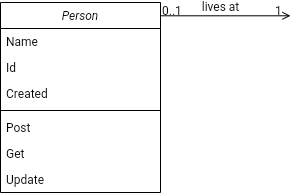
Earlier version of the draw.io export HNGx2UML.drawio.png (phurhard/HNGx2). Source tidied: cells renumbered, new cells last; positions are measured from the earlier drawing's top-left corner, leaving out a move shared by most shapes.
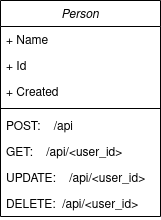
Later version of the same file.

The edit, as a diff of the source:
```diff
@@ -3,49 +3,31 @@
     <mxCell id="0" />
     <mxCell id="1" parent="0" />
     <mxCell id="2" value="Person" style="swimlane;fontStyle=2;align=center;verticalAlign=top;horizontal=1;startSize=26;rounded=0;shadow=0;strokeWidth=1;" parent="1" vertex="1">
-      <mxGeometry width="160" height="190" as="geometry" />
+      <mxGeometry width="160" height="216" as="geometry" />
     </mxCell>
-    <mxCell id="3" value="Name" style="text;align=left;verticalAlign=top;spacingLeft=4;spacingRight=4;overflow=hidden;" parent="2" vertex="1">
+    <mxCell id="3" value="+ Name" style="text;align=left;verticalAlign=top;spacingLeft=4;spacingRight=4;overflow=hidden;" parent="2" vertex="1">
       <mxGeometry y="26" width="160" height="26" as="geometry" />
     </mxCell>
-    <mxCell id="4" value="Id" style="text;align=left;verticalAlign=top;spacingLeft=4;spacingRight=4;overflow=hidden;rounded=0;shadow=0;html=0;" parent="2" vertex="1">
+    <mxCell id="4" value="+ Id" style="text;align=left;verticalAlign=top;spacingLeft=4;spacingRight=4;overflow=hidden;rounded=0;shadow=0;html=0;" parent="2" vertex="1">
       <mxGeometry y="52" width="160" height="26" as="geometry" />
     </mxCell>
-    <mxCell id="5" value="Created" style="text;align=left;verticalAlign=top;spacingLeft=4;spacingRight=4;overflow=hidden;rounded=0;shadow=0;html=0;" parent="2" vertex="1">
+    <mxCell id="5" value="+ Created" style="text;align=left;verticalAlign=top;spacingLeft=4;spacingRight=4;overflow=hidden;rounded=0;shadow=0;html=0;" parent="2" vertex="1">
       <mxGeometry y="78" width="160" height="26" as="geometry" />
     </mxCell>
     <mxCell id="6" style="line;html=1;strokeWidth=1;align=left;verticalAlign=middle;spacingTop=-1;spacingLeft=3;spacingRight=3;labelPosition=right;" parent="2" vertex="1">
       <mxGeometry y="104" width="160" height="8" as="geometry" />
     </mxCell>
-    <mxCell id="7" value="Post" style="text;align=left;verticalAlign=top;spacingLeft=4;spacingRight=4;overflow=hidden;" parent="2" vertex="1">
+    <mxCell id="7" value="POST:    /api" style="text;align=left;verticalAlign=top;spacingLeft=4;spacingRight=4;overflow=hidden;" parent="2" vertex="1">
       <mxGeometry y="112" width="160" height="26" as="geometry" />
     </mxCell>
-    <mxCell id="8" value="Get" style="text;align=left;verticalAlign=top;spacingLeft=4;spacingRight=4;overflow=hidden;" parent="2" vertex="1">
+    <mxCell id="8" value="GET:    /api/&lt;user_id&gt;" style="text;align=left;verticalAlign=top;spacingLeft=4;spacingRight=4;overflow=hidden;" parent="2" vertex="1">
       <mxGeometry y="138" width="160" height="26" as="geometry" />
     </mxCell>
-    <mxCell id="9" value="Update" style="text;align=left;verticalAlign=top;spacingLeft=4;spacingRight=4;overflow=hidden;" parent="2" vertex="1">
+    <mxCell id="9" value="UPDATE:    /api/&lt;user_id&gt;" style="text;align=left;verticalAlign=top;spacingLeft=4;spacingRight=4;overflow=hidden;" parent="2" vertex="1">
       <mxGeometry y="164" width="160" height="26" as="geometry" />
     </mxCell>
-    <mxCell id="10" style="endArrow=open;shadow=0;strokeWidth=1;rounded=0;endFill=1;edgeStyle=elbowEdgeStyle;elbow=vertical;" parent="1" edge="1" source="2">
-      <mxGeometry x="0.5" y="41" relative="1" as="geometry">
-        <mxPoint x="290" y="13" as="targetPoint" />
-        <mxPoint x="-40" y="32" as="offset" />
-      </mxGeometry>
-    </mxCell>
-    <mxCell id="11" value="0..1" style="align=left;verticalAlign=bottom;labelBackgroundColor=none;fontSize=12;" parent="10" vertex="1">
-      <mxGeometry x="-1" relative="1" as="geometry">
-        <mxPoint y="4" as="offset" />
-      </mxGeometry>
-    </mxCell>
-    <mxCell id="12" value="1" style="align=right;verticalAlign=bottom;labelBackgroundColor=none;fontSize=12;" parent="10" vertex="1">
-      <mxGeometry x="1" relative="1" as="geometry">
-        <mxPoint x="-7" y="4" as="offset" />
-      </mxGeometry>
-    </mxCell>
-    <mxCell id="13" value="lives at" style="text;html=1;align=center;verticalAlign=middle;labelBackgroundColor=none;rounded=0;shadow=0;strokeWidth=1;fontSize=12;" parent="10" vertex="1">
-      <mxGeometry x="0.5" y="49" relative="1" as="geometry">
-        <mxPoint x="-38" y="40" as="offset" />
-      </mxGeometry>
-    </mxCell>
+    <mxCell id="14" value="DELETE:  /api/&lt;user_id&gt;" style="text;align=left;verticalAlign=top;spacingLeft=4;spacingRight=4;overflow=hidden;" parent="2" vertex="1">
+      <mxGeometry y="190" width="160" height="26" as="geometry" />
+    </mxCell>
   </root>
 </mxGraphModel>
```
